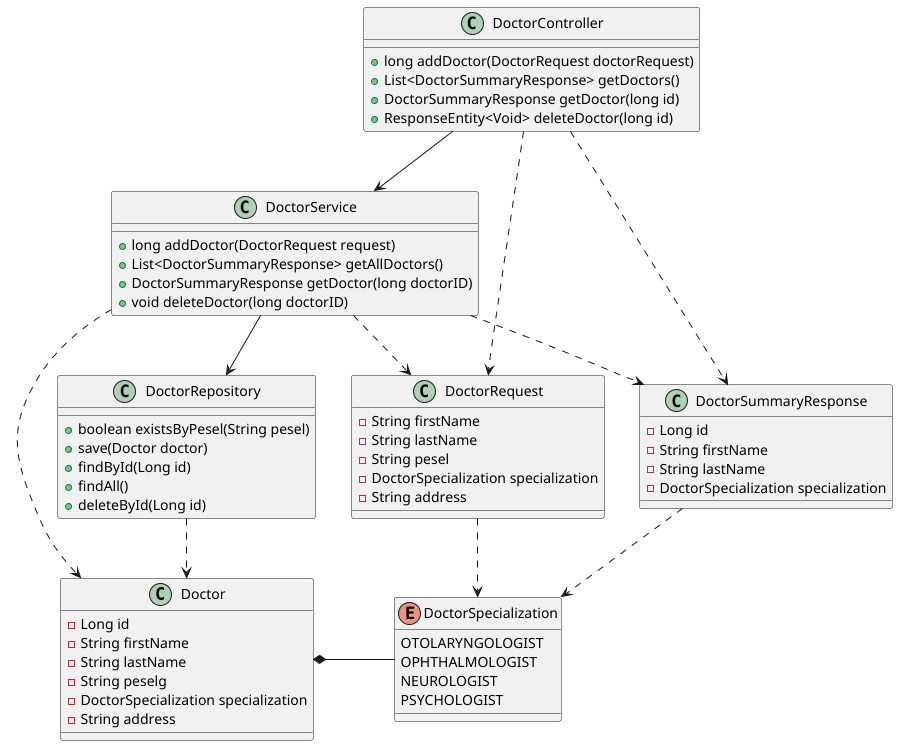
Earlier version of the PlantUML export docs/uml/Doctor.png (Krzeselkoo/DK-czw-0800-LK).
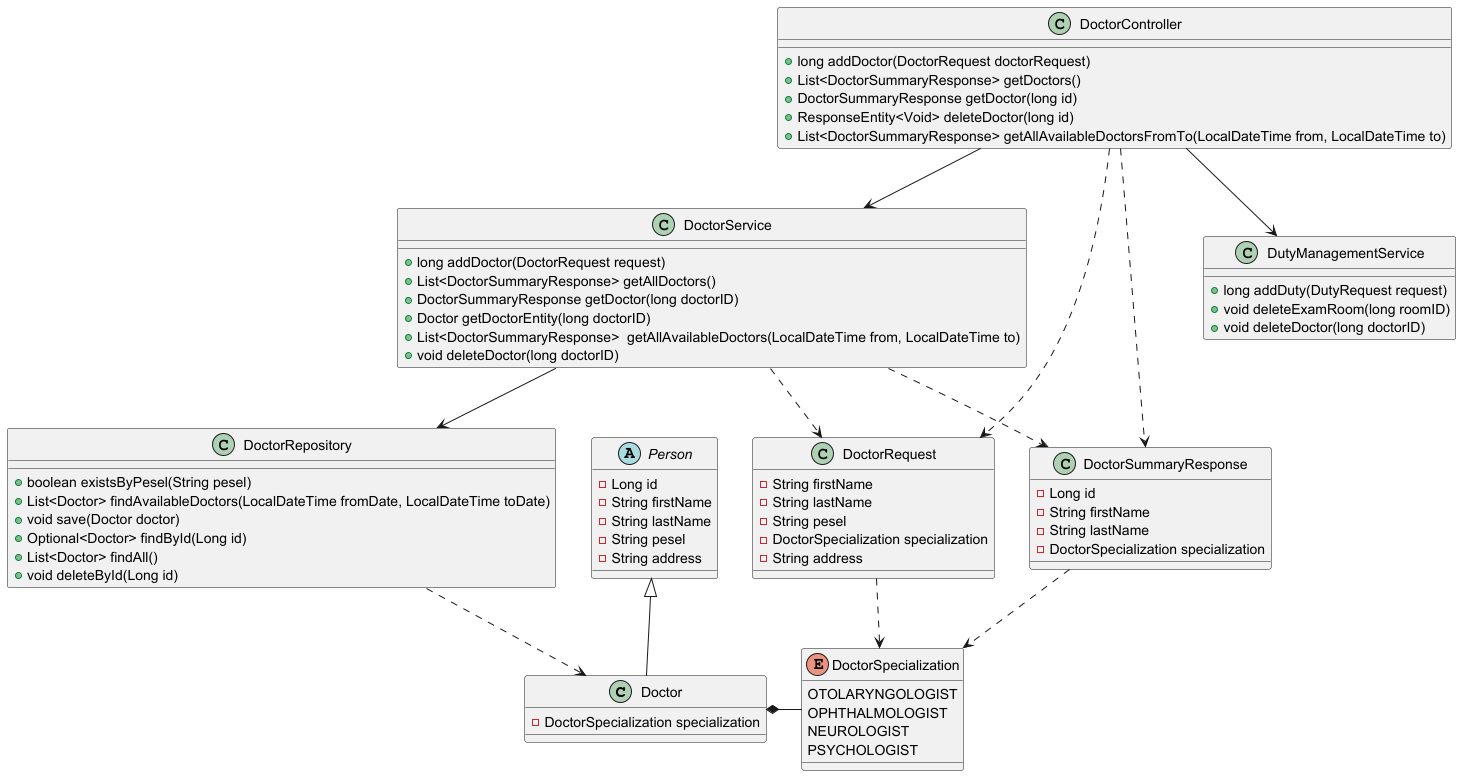
After the change.

Diff of the diagram source:
```diff
@@ -1,11 +1,6 @@
 @startuml
 class Doctor {
-    - Long id
-    - String firstName
-    - String lastName
-    - String peselg
     - DoctorSpecialization specialization
-    - String address
 }
 
 class DoctorRequest {
@@ -27,15 +22,18 @@
     + long addDoctor(DoctorRequest request)
     + List<DoctorSummaryResponse> getAllDoctors()
     + DoctorSummaryResponse getDoctor(long doctorID)
+    + Doctor getDoctorEntity(long doctorID)
+    + List<DoctorSummaryResponse>  getAllAvailableDoctors(LocalDateTime from, LocalDateTime to)
     + void deleteDoctor(long doctorID)
 }
 
 class DoctorRepository {
     + boolean existsByPesel(String pesel)
-    + save(Doctor doctor)
-    + findById(Long id)
-    + findAll()
-    + deleteById(Long id)
+    + List<Doctor> findAvailableDoctors(LocalDateTime fromDate, LocalDateTime toDate)
+    + void save(Doctor doctor)
+    + Optional<Doctor> findById(Long id)
+    + List<Doctor> findAll()
+    + void deleteById(Long id)
 }
 
 class DoctorController {
@@ -43,6 +41,7 @@
     + List<DoctorSummaryResponse> getDoctors()
     + DoctorSummaryResponse getDoctor(long id)
     + ResponseEntity<Void> deleteDoctor(long id)
+    +List<DoctorSummaryResponse> getAllAvailableDoctorsFromTo(LocalDateTime from, LocalDateTime to)
 }
 
 enum DoctorSpecialization {
@@ -52,15 +51,30 @@
     PSYCHOLOGIST
 }
 
+class DutyManagementService {
+    + long addDuty(DutyRequest request)
+    + void deleteExamRoom(long roomID)
+    + void deleteDoctor(long doctorID)
+}
+
+abstract class Person {
+    - Long id
+    - String firstName
+    - String lastName
+    - String pesel
+    - String address
+}
+
+Person <|-- Doctor
 Doctor *- DoctorSpecialization
 DoctorRequest ..> DoctorSpecialization
 DoctorSummaryResponse ..> DoctorSpecialization
-DoctorService ..> Doctor
 DoctorService ..> DoctorRequest
 DoctorService ..> DoctorSummaryResponse
 DoctorService --> DoctorRepository
 DoctorController --> DoctorService
 DoctorController ..> DoctorRequest
 DoctorController ..> DoctorSummaryResponse
+DoctorController --> DutyManagementService
 DoctorRepository ..> Doctor
 @enduml
```
